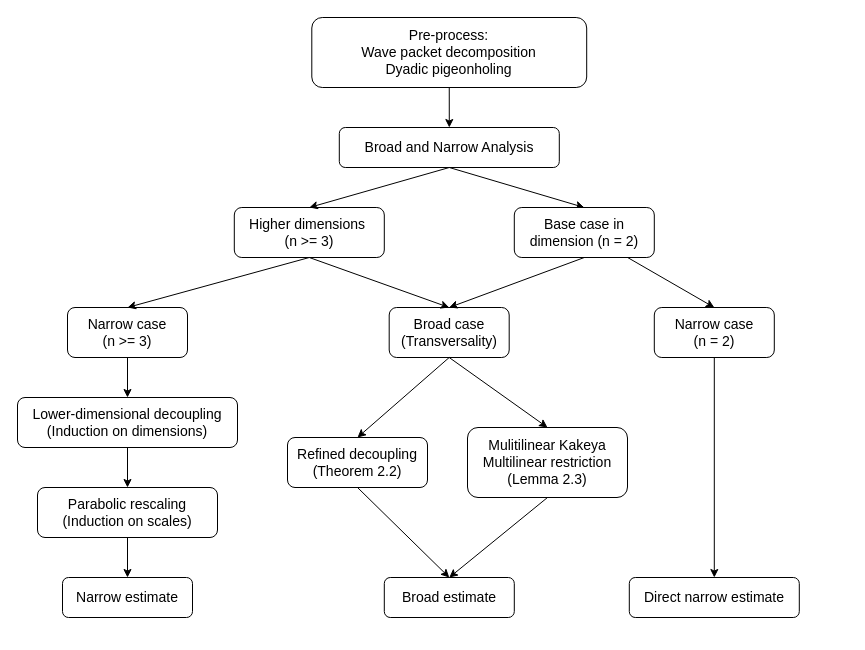
Above: Untitled Diagram.drawio in lucid-sleepwalker/CPSC-210-Diagram (draw.io), before the change. Source tidied: cells renumbered, new cells numbered last; positions are measured from the earlier drawing's top-left corner, leaving out a move shared by most shapes. Both pictures are drawn from the tidied source at 100%, with x=0, y=0 at pixel (17, 17).
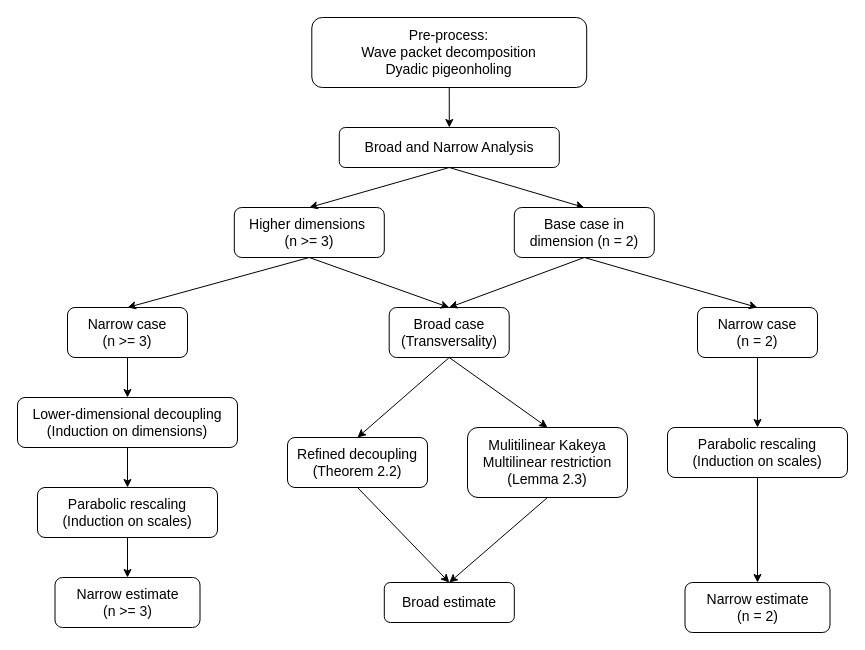
After the change.

The change refers to these unchanged cells:
```xml
<mxCell id="30" value="&lt;font style=&quot;font-size: 14px;&quot;&gt;Base case in dimension (n = 2)&lt;/font&gt;" style="rounded=1;whiteSpace=wrap;html=1;" parent="1" vertex="1">
  <mxGeometry x="496.8" y="190" width="140" height="50" as="geometry" />
</mxCell>
```

What changed in the source:
```diff
@@
     <mxCell id="7" value="&lt;font style=&quot;font-size: 14px;&quot;&gt;Narrow case&lt;/font&gt;&lt;div&gt;&lt;font style=&quot;font-size: 14px;&quot;&gt;(n = 2)&lt;/font&gt;&lt;/div&gt;" style="rounded=1;whiteSpace=wrap;html=1;" parent="1" vertex="1">
-      <mxGeometry x="636.8" y="290" width="120" height="50" as="geometry" />
+      <mxGeometry x="680" y="290" width="120" height="50" as="geometry" />
     </mxCell>
@@
-    <mxCell id="13" style="endArrow=classic;html=1;rounded=0;entryX=0.5;entryY=0;entryDx=0;entryDy=0;" parent="1" edge="1" source="30" target="7">
+    <mxCell id="13" style="endArrow=classic;html=1;rounded=0;entryX=0.5;entryY=0;entryDx=0;entryDy=0;exitX=0.5;exitY=1;exitDx=0;exitDy=0;" parent="1" edge="1" source="30" target="7">
       <mxGeometry relative="1" as="geometry" />
     </mxCell>
@@
-    <mxCell id="18" value="&lt;font style=&quot;font-size: 14px;&quot;&gt;Direct narrow estimate&lt;/font&gt;" style="rounded=1;whiteSpace=wrap;html=1;" parent="1" vertex="1">
-      <mxGeometry x="611.8" y="560" width="170" height="40" as="geometry" />
+    <mxCell id="18" value="&lt;font style=&quot;font-size: 14px;&quot;&gt;Narrow estimate&lt;/font&gt;&lt;div&gt;&lt;font style=&quot;font-size: 14px;&quot;&gt;(n = 2)&lt;/font&gt;&lt;/div&gt;" style="rounded=1;whiteSpace=wrap;html=1;" parent="1" vertex="1">
+      <mxGeometry x="667.5" y="565" width="145" height="50" as="geometry" />
     </mxCell>
@@
     <mxCell id="23" value="&lt;font style=&quot;font-size: 14px;&quot;&gt;Broad estimate&lt;/font&gt;" style="rounded=1;whiteSpace=wrap;html=1;" parent="1" vertex="1">
-      <mxGeometry x="366.8" y="560" width="130" height="40" as="geometry" />
+      <mxGeometry x="366.8" y="565" width="130" height="40" as="geometry" />
     </mxCell>
@@
-    <mxCell id="26" value="&lt;font style=&quot;font-size: 14px;&quot;&gt;Narrow estimate&lt;/font&gt;" style="rounded=1;whiteSpace=wrap;html=1;" parent="1" vertex="1">
-      <mxGeometry x="45" y="560" width="130" height="40" as="geometry" />
+    <mxCell id="26" value="&lt;font style=&quot;font-size: 14px;&quot;&gt;Narrow estimate&lt;/font&gt;&lt;div&gt;&lt;font style=&quot;font-size: 14px;&quot;&gt;(n &amp;gt;= 3)&lt;/font&gt;&lt;/div&gt;" style="rounded=1;whiteSpace=wrap;html=1;" parent="1" vertex="1">
+      <mxGeometry x="37.5" y="560" width="145" height="50" as="geometry" />
     </mxCell>
@@
-    <mxCell id="28" style="endArrow=classic;html=1;rounded=0;exitX=0.5;exitY=1;exitDx=0;exitDy=0;entryX=0.5;entryY=0;entryDx=0;entryDy=0;" parent="1" edge="1" source="7" target="18">
+    <mxCell id="28" style="endArrow=classic;html=1;rounded=0;exitX=0.5;exitY=1;exitDx=0;exitDy=0;entryX=0.5;entryY=0;entryDx=0;entryDy=0;" parent="1" edge="1" source="31" target="18">
       <mxGeometry relative="1" as="geometry" />
     </mxCell>
@@
+    <mxCell id="31" value="&lt;font style=&quot;font-size: 14px;&quot;&gt;Parabolic rescaling&lt;/font&gt;&lt;div&gt;&lt;font style=&quot;font-size: 14px;&quot;&gt;(Induction on scales)&lt;/font&gt;&lt;/div&gt;" style="rounded=1;whiteSpace=wrap;html=1;" parent="1" vertex="1">
+      <mxGeometry x="650" y="410" width="180" height="50" as="geometry" />
+    </mxCell>
+    <mxCell id="32" style="endArrow=classic;html=1;rounded=0;exitX=0.5;exitY=1;exitDx=0;exitDy=0;entryX=0.5;entryY=0;entryDx=0;entryDy=0;" parent="1" edge="1" source="7" target="31">
+      <mxGeometry relative="1" as="geometry" />
+    </mxCell>
```
